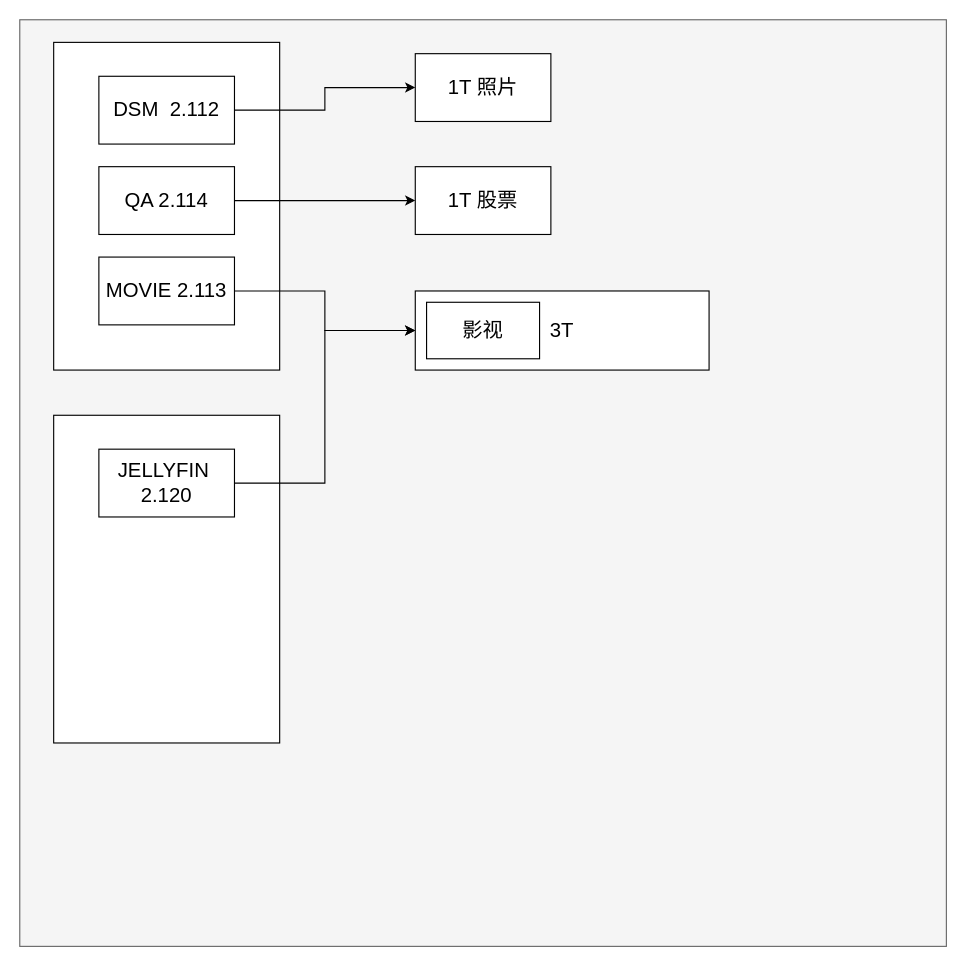
Above: src/pve拓扑.drawio in yehonghao/draw (draw.io), before the change. Source tidied: cells renumbered, new cells numbered last; positions are measured from the earlier drawing's top-left corner, leaving out a move shared by most shapes. Both pictures are drawn from the tidied source at 113%, with x=0, y=0 at pixel (19, 19).
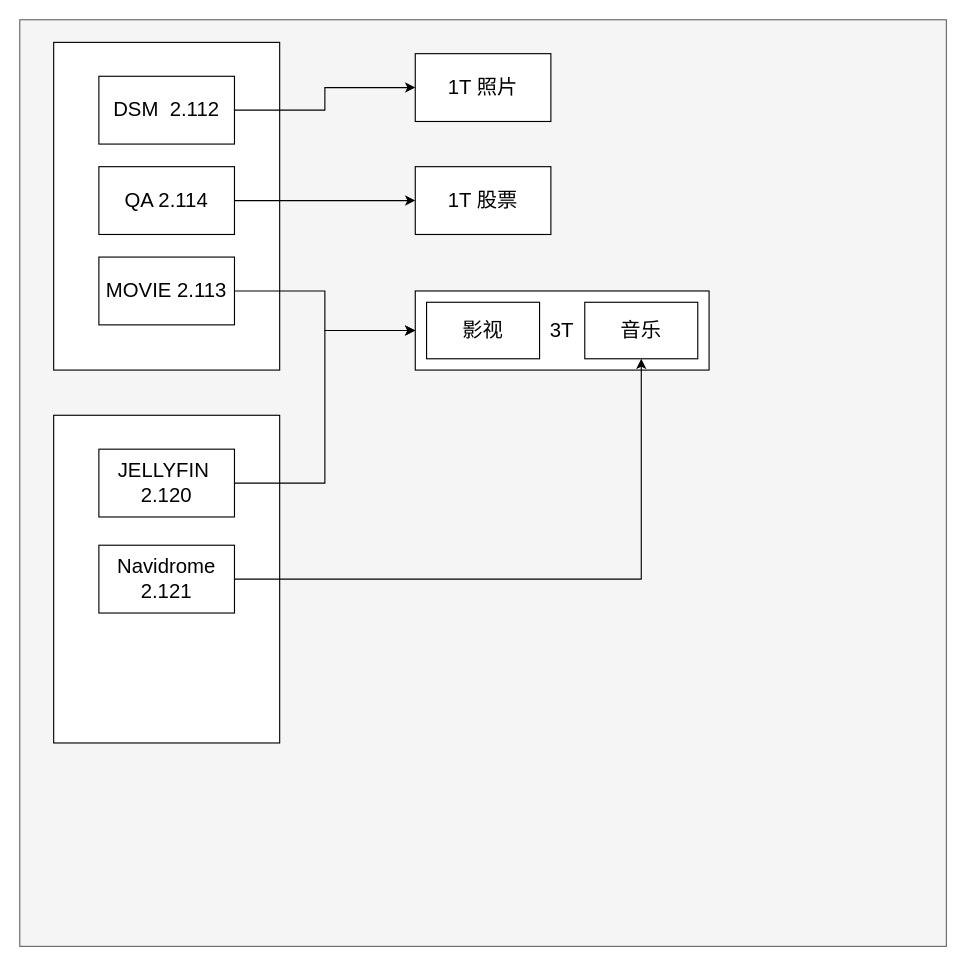
The same diagram, later.

Commit message:
增加音乐服务器

What changed in the source:
```diff
@@
 <mxGraphModel>
   <root>
     <mxCell id="0" />
     <mxCell id="1" parent="0" />
     <mxCell id="2" style="whiteSpace=wrap;html=1;fillColor=#f5f5f5;fontColor=#333333;strokeColor=#666666;" parent="1" vertex="1">
       <mxGeometry width="820" height="820" as="geometry" />
     </mxCell>
     <mxCell id="3" style="rounded=0;whiteSpace=wrap;html=1;" parent="1" vertex="1">
       <mxGeometry x="30" y="20" width="200" height="290" as="geometry" />
     </mxCell>
     <mxCell id="4" style="edgeStyle=orthogonalEdgeStyle;rounded=0;jettySize=auto;html=1;exitX=1;exitY=0.5;exitDx=0;exitDy=0;fontSize=18;" parent="1" edge="1" source="5" target="14">
       <mxGeometry relative="1" as="geometry" />
     </mxCell>
     <mxCell id="5" value="DSM&amp;nbsp; 2.112" style="rounded=0;whiteSpace=wrap;html=1;fontSize=18;" parent="1" vertex="1">
       <mxGeometry x="70" y="50" width="120" height="60" as="geometry" />
     </mxCell>
     <mxCell id="6" style="edgeStyle=orthogonalEdgeStyle;rounded=0;jettySize=auto;html=1;exitX=1;exitY=0.5;exitDx=0;exitDy=0;entryX=0;entryY=0.5;entryDx=0;entryDy=0;fontSize=18;" parent="1" edge="1" source="7" target="13">
       <mxGeometry relative="1" as="geometry" />
     </mxCell>
     <mxCell id="7" value="MOVIE 2.113" style="rounded=0;whiteSpace=wrap;html=1;fontSize=18;" parent="1" vertex="1">
       <mxGeometry x="70" y="210" width="120" height="60" as="geometry" />
     </mxCell>
     <mxCell id="8" style="rounded=0;whiteSpace=wrap;html=1;" parent="1" vertex="1">
       <mxGeometry x="30" y="350" width="200" height="290" as="geometry" />
     </mxCell>
     <mxCell id="9" style="edgeStyle=orthogonalEdgeStyle;rounded=0;jettySize=auto;html=1;exitX=1;exitY=0.5;exitDx=0;exitDy=0;fontSize=18;entryX=0;entryY=0.5;entryDx=0;entryDy=0;" parent="1" edge="1" source="10" target="13">
       <mxGeometry relative="1" as="geometry" />
     </mxCell>
     <mxCell id="10" value="JELLYFIN&amp;nbsp; 2.120" style="rounded=0;whiteSpace=wrap;html=1;fontSize=18;" parent="1" vertex="1">
       <mxGeometry x="70" y="380" width="120" height="60" as="geometry" />
     </mxCell>
     <mxCell id="11" style="edgeStyle=orthogonalEdgeStyle;rounded=0;jettySize=auto;html=1;exitX=1;exitY=0.5;exitDx=0;exitDy=0;entryX=0;entryY=0.5;entryDx=0;entryDy=0;fontSize=18;" parent="1" edge="1" source="12" target="16">
       <mxGeometry relative="1" as="geometry" />
     </mxCell>
     <mxCell id="12" value="QA 2.114" style="rounded=0;whiteSpace=wrap;html=1;fontSize=18;" parent="1" vertex="1">
       <mxGeometry x="70" y="130" width="120" height="60" as="geometry" />
     </mxCell>
     <mxCell id="13" value="3T" style="rounded=0;whiteSpace=wrap;html=1;fontSize=18;" parent="1" vertex="1">
       <mxGeometry x="350" y="240" width="260" height="70" as="geometry" />
     </mxCell>
     <mxCell id="14" value="1T 照片" style="rounded=0;whiteSpace=wrap;html=1;fontSize=18;" parent="1" vertex="1">
       <mxGeometry x="350" y="30" width="120" height="60" as="geometry" />
     </mxCell>
     <mxCell id="15" value="影视" style="rounded=0;whiteSpace=wrap;html=1;fontSize=18;" parent="1" vertex="1">
       <mxGeometry x="360" y="250" width="100" height="50" as="geometry" />
     </mxCell>
     <mxCell id="16" value="1T 股票" style="rounded=0;whiteSpace=wrap;html=1;fontSize=18;" parent="1" vertex="1">
       <mxGeometry x="350" y="130" width="120" height="60" as="geometry" />
     </mxCell>
+    <mxCell id="17" style="edgeStyle=orthogonalEdgeStyle;rounded=0;jettySize=auto;html=1;exitX=1;exitY=0.5;exitDx=0;exitDy=0;entryX=0.5;entryY=1;entryDx=0;entryDy=0;" parent="1" edge="1" source="18" target="19">
+      <mxGeometry relative="1" as="geometry" />
+    </mxCell>
+    <mxCell id="18" value="Navidrome&lt;br&gt;2.121" style="rounded=0;whiteSpace=wrap;html=1;fontSize=18;" parent="1" vertex="1">
+      <mxGeometry x="70" y="465" width="120" height="60" as="geometry" />
+    </mxCell>
+    <mxCell id="19" value="音乐" style="rounded=0;whiteSpace=wrap;html=1;fontSize=18;" parent="1" vertex="1">
+      <mxGeometry x="500" y="250" width="100" height="50" as="geometry" />
+    </mxCell>
   </root>
 </mxGraphModel>
```
